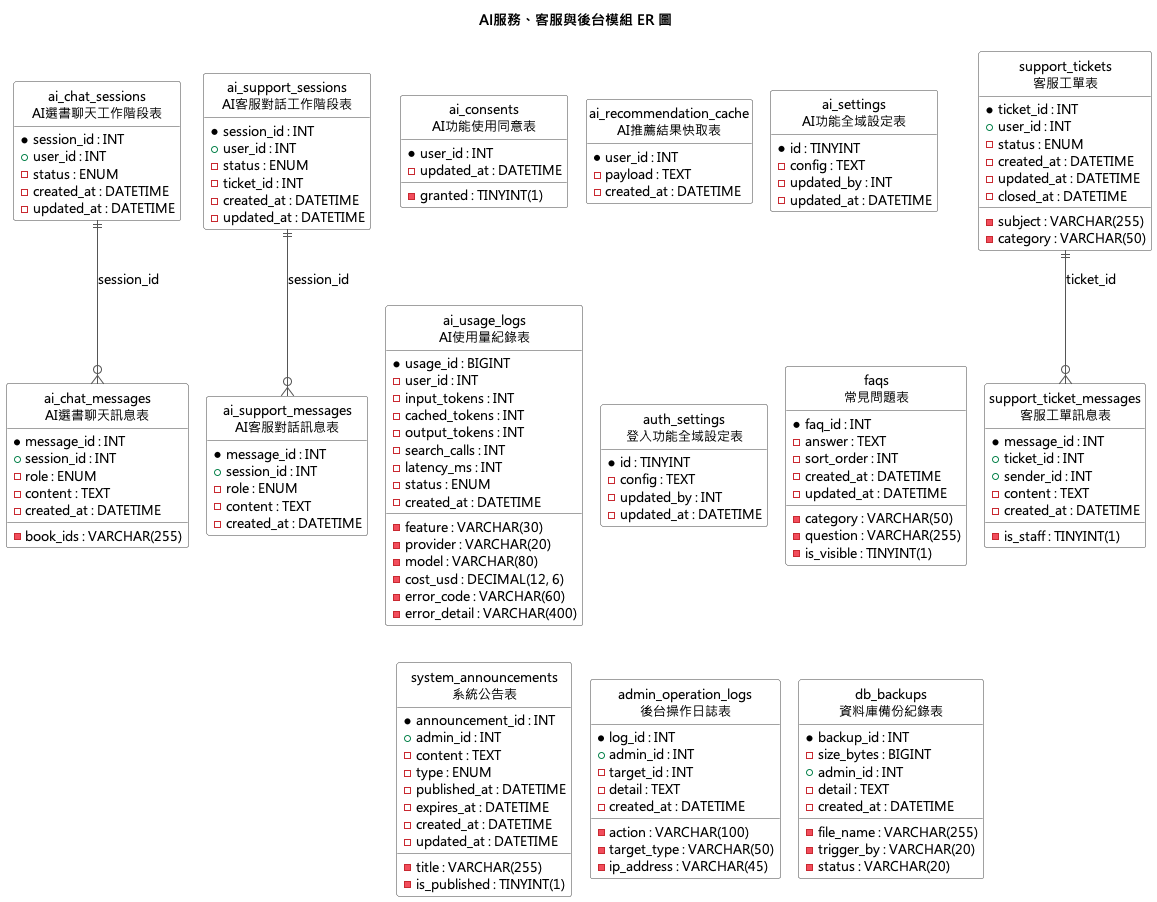
This is Diagrams/Relational Tables/v3/er_ai_support.png from SaveMyBook/SaveMyBook, a PlantUML export, as it was before one commit.
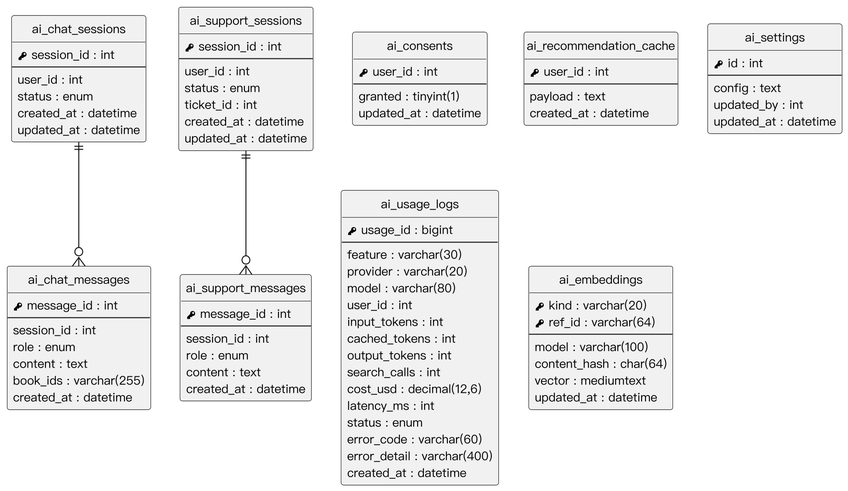
After the commit.

The edit, as a diff of the source:
```diff
@@ -1,165 +1,97 @@
 @startuml
-!pragma layout smetana
-skinparam defaultFontName "Microsoft JhengHei"
-skinparam defaultFontSize 13
+skinparam monochrome true
+skinparam shadowing false
+skinparam dpi 220
+skinparam defaultFontName "PingFang TC"
+skinparam defaultFontSize 12
 skinparam linetype ortho
+skinparam nodesep 30
+skinparam ranksep 40
 hide circle
 hide empty methods
-skinparam ranksep 60
-skinparam nodesep 40
-skinparam class {
-  BackgroundColor White
-  BorderColor #444444
-  ArrowColor #555555
+
+entity "ai_chat_sessions" as ai_chat_sessions {
+  {field} <&key> session_id : int
+  --
+  {field} user_id : int
+  {field} status : enum
+  {field} created_at : datetime
+  {field} updated_at : datetime
 }
-
-title AI服務、客服與後台模組 ER 圖
-
-entity "ai_chat_sessions\nAI選書聊天工作階段表" as ai_chat_sessions {
-  * session_id : INT
-  + user_id : INT
-  - status : ENUM
-  - created_at : DATETIME
-  - updated_at : DATETIME
+entity "ai_chat_messages" as ai_chat_messages {
+  {field} <&key> message_id : int
+  --
+  {field} session_id : int
+  {field} role : enum
+  {field} content : text
+  {field} book_ids : varchar(255)
+  {field} created_at : datetime
 }
-
-entity "ai_chat_messages\nAI選書聊天訊息表" as ai_chat_messages {
-  * message_id : INT
-  + session_id : INT
-  - role : ENUM
-  - content : TEXT
-  - book_ids : VARCHAR(255)
-  - created_at : DATETIME
+entity "ai_support_sessions" as ai_support_sessions {
+  {field} <&key> session_id : int
+  --
+  {field} user_id : int
+  {field} status : enum
+  {field} ticket_id : int
+  {field} created_at : datetime
+  {field} updated_at : datetime
 }
-
-entity "ai_support_sessions\nAI客服對話工作階段表" as ai_support_sessions {
-  * session_id : INT
-  + user_id : INT
-  - status : ENUM
-  - ticket_id : INT
-  - created_at : DATETIME
-  - updated_at : DATETIME
+entity "ai_support_messages" as ai_support_messages {
+  {field} <&key> message_id : int
+  --
+  {field} session_id : int
+  {field} role : enum
+  {field} content : text
+  {field} created_at : datetime
 }
-
-entity "ai_support_messages\nAI客服對話訊息表" as ai_support_messages {
-  * message_id : INT
-  + session_id : INT
-  - role : ENUM
-  - content : TEXT
-  - created_at : DATETIME
+entity "ai_consents" as ai_consents {
+  {field} <&key> user_id : int
+  --
+  {field} granted : tinyint(1)
+  {field} updated_at : datetime
 }
-
-entity "ai_consents\nAI功能使用同意表" as ai_consents {
-  * user_id : INT
-  - granted : TINYINT(1)
-  - updated_at : DATETIME
+entity "ai_recommendation_cache" as ai_recommendation_cache {
+  {field} <&key> user_id : int
+  --
+  {field} payload : text
+  {field} created_at : datetime
 }
-
-entity "ai_recommendation_cache\nAI推薦結果快取表" as ai_recommendation_cache {
-  * user_id : INT
-  - payload : TEXT
-  - created_at : DATETIME
+entity "ai_settings" as ai_settings {
+  {field} <&key> id : int
+  --
+  {field} config : text
+  {field} updated_by : int
+  {field} updated_at : datetime
 }
-
-entity "ai_settings\nAI功能全域設定表" as ai_settings {
-  * id : TINYINT
-  - config : TEXT
-  - updated_by : INT
-  - updated_at : DATETIME
+entity "ai_usage_logs" as ai_usage_logs {
+  {field} <&key> usage_id : bigint
+  --
+  {field} feature : varchar(30)
+  {field} provider : varchar(20)
+  {field} model : varchar(80)
+  {field} user_id : int
+  {field} input_tokens : int
+  {field} cached_tokens : int
+  {field} output_tokens : int
+  {field} search_calls : int
+  {field} cost_usd : decimal(12,6)
+  {field} latency_ms : int
+  {field} status : enum
+  {field} error_code : varchar(60)
+  {field} error_detail : varchar(400)
+  {field} created_at : datetime
 }
-
-entity "ai_usage_logs\nAI使用量紀錄表" as ai_usage_logs {
-  * usage_id : BIGINT
-  - feature : VARCHAR(30)
-  - provider : VARCHAR(20)
-  - model : VARCHAR(80)
-  - user_id : INT
-  - input_tokens : INT
-  - cached_tokens : INT
-  - output_tokens : INT
-  - search_calls : INT
-  - cost_usd : DECIMAL(12, 6)
-  - latency_ms : INT
-  - status : ENUM
-  - error_code : VARCHAR(60)
-  - error_detail : VARCHAR(400)
-  - created_at : DATETIME
+entity "ai_embeddings" as ai_embeddings {
+  {field} <&key> kind : varchar(20)
+  {field} <&key> ref_id : varchar(64)
+  --
+  {field} model : varchar(100)
+  {field} content_hash : char(64)
+  {field} vector : mediumtext
+  {field} updated_at : datetime
 }
-
-entity "auth_settings\n登入功能全域設定表" as auth_settings {
-  * id : TINYINT
-  - config : TEXT
-  - updated_by : INT
-  - updated_at : DATETIME
-}
-
-entity "faqs\n常見問題表" as faqs {
-  * faq_id : INT
-  - category : VARCHAR(50)
-  - question : VARCHAR(255)
-  - answer : TEXT
-  - sort_order : INT
-  - is_visible : TINYINT(1)
-  - created_at : DATETIME
-  - updated_at : DATETIME
-}
-
-entity "support_tickets\n客服工單表" as support_tickets {
-  * ticket_id : INT
-  + user_id : INT
-  - subject : VARCHAR(255)
-  - category : VARCHAR(50)
-  - status : ENUM
-  - created_at : DATETIME
-  - updated_at : DATETIME
-  - closed_at : DATETIME
-}
-
-entity "support_ticket_messages\n客服工單訊息表" as support_ticket_messages {
-  * message_id : INT
-  + ticket_id : INT
-  + sender_id : INT
-  - is_staff : TINYINT(1)
-  - content : TEXT
-  - created_at : DATETIME
-}
-
-entity "system_announcements\n系統公告表" as system_announcements {
-  * announcement_id : INT
-  + admin_id : INT
-  - title : VARCHAR(255)
-  - content : TEXT
-  - type : ENUM
-  - is_published : TINYINT(1)
-  - published_at : DATETIME
-  - expires_at : DATETIME
-  - created_at : DATETIME
-  - updated_at : DATETIME
-}
-
-entity "admin_operation_logs\n後台操作日誌表" as admin_operation_logs {
-  * log_id : INT
-  + admin_id : INT
-  - action : VARCHAR(100)
-  - target_type : VARCHAR(50)
-  - target_id : INT
-  - detail : TEXT
-  - ip_address : VARCHAR(45)
-  - created_at : DATETIME
-}
-
-entity "db_backups\n資料庫備份紀錄表" as db_backups {
-  * backup_id : INT
-  - file_name : VARCHAR(255)
-  - size_bytes : BIGINT
-  - trigger_by : VARCHAR(20)
-  + admin_id : INT
-  - status : VARCHAR(20)
-  - detail : TEXT
-  - created_at : DATETIME
-}
-
-ai_chat_sessions ||--o{ ai_chat_messages : "session_id"
-ai_support_sessions ||--o{ ai_support_messages : "session_id"
-support_tickets ||--o{ support_ticket_messages : "ticket_id"
+ai_chat_sessions ||--o{ ai_chat_messages
+ai_support_sessions ||--o{ ai_support_messages
+ai_consents -[hidden]down- ai_usage_logs
+ai_recommendation_cache -[hidden]down- ai_embeddings
 @enduml
```
